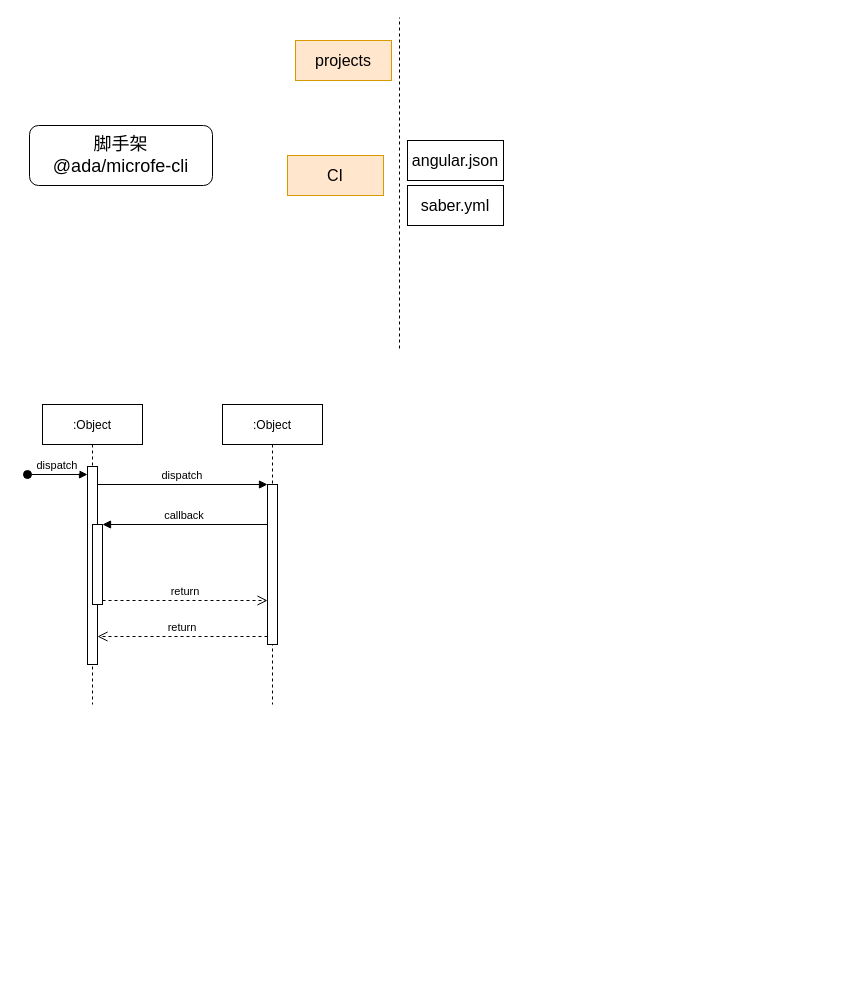
The draw.io diagram packages/Untitled Diagram.drawio in Tony-Liuduan/micro-demo, before the edit. Source tidied: cells renumbered, new cells numbered last; positions are measured from the earlier drawing's top-left corner, leaving out a move shared by most shapes. Both pictures are drawn from the tidied source at 100%, with x=0, y=0 at pixel (27, 17).
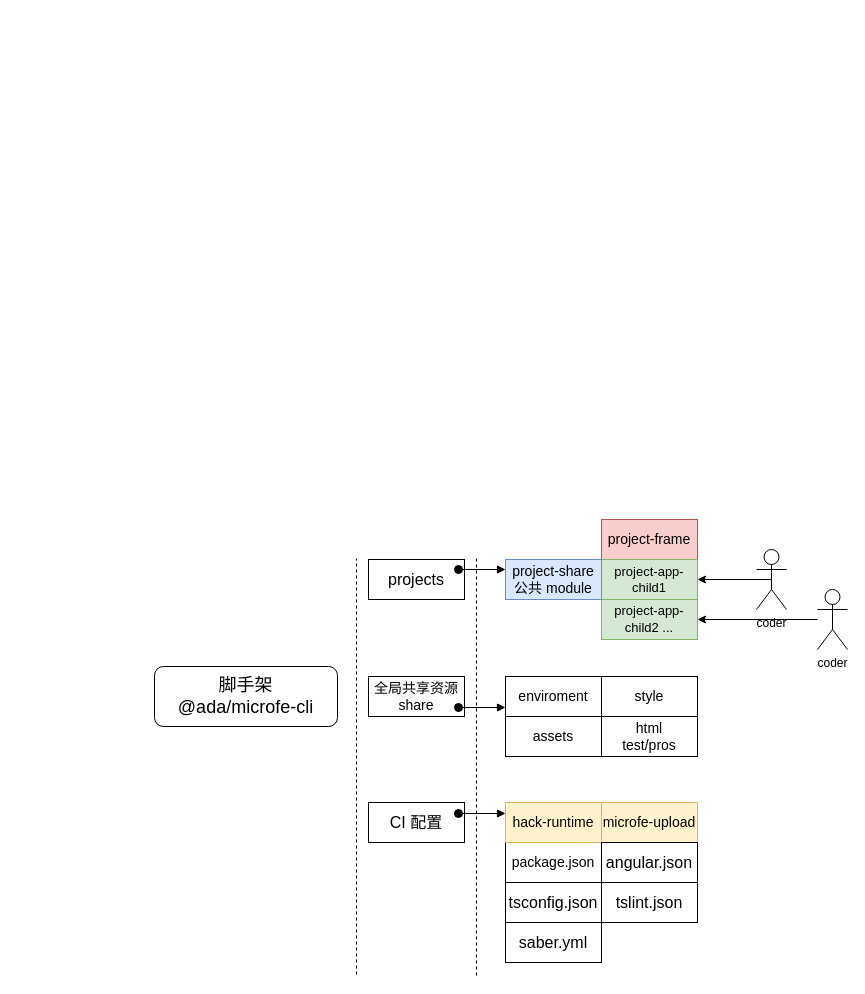
Above is the later version.

Change to the diagram source:
```diff
@@
-    <mxCell id="2" value=":Object" style="shape=umlLifeline;perimeter=lifelinePerimeter;rounded=0;shadow=0;strokeWidth=1;" parent="1" vertex="1">
-      <mxGeometry x="15" y="387" width="100" height="300" as="geometry" />
-    </mxCell>
-    <mxCell id="3" style="points=[];perimeter=orthogonalPerimeter;rounded=0;shadow=0;strokeWidth=1;" parent="2" vertex="1">
-      <mxGeometry x="45" y="62" width="10" height="198" as="geometry" />
-    </mxCell>
-    <mxCell id="4" value="dispatch" style="verticalAlign=bottom;startArrow=oval;endArrow=block;startSize=8;shadow=0;strokeWidth=1;" parent="2" edge="1" target="3">
-      <mxGeometry relative="1" as="geometry">
-        <mxPoint x="-15" y="70" as="sourcePoint" />
-      </mxGeometry>
-    </mxCell>
-    <mxCell id="5" style="points=[];perimeter=orthogonalPerimeter;rounded=0;shadow=0;strokeWidth=1;" parent="2" vertex="1">
-      <mxGeometry x="50" y="120" width="10" height="80" as="geometry" />
-    </mxCell>
-    <mxCell id="6" value=":Object" style="shape=umlLifeline;perimeter=lifelinePerimeter;rounded=0;shadow=0;strokeWidth=1;" parent="1" vertex="1">
-      <mxGeometry x="195" y="387" width="100" height="300" as="geometry" />
-    </mxCell>
-    <mxCell id="7" style="points=[];perimeter=orthogonalPerimeter;rounded=0;shadow=0;strokeWidth=1;" parent="6" vertex="1">
-      <mxGeometry x="45" y="80" width="10" height="160" as="geometry" />
-    </mxCell>
-    <mxCell id="8" value="return" style="verticalAlign=bottom;endArrow=open;dashed=1;endSize=8;exitX=0;exitY=0.95;shadow=0;strokeWidth=1;" parent="1" edge="1" source="7" target="3">
-      <mxGeometry relative="1" as="geometry" />
-    </mxCell>
-    <mxCell id="9" value="dispatch" style="verticalAlign=bottom;endArrow=block;entryX=0;entryY=0;shadow=0;strokeWidth=1;" parent="1" edge="1" source="3" target="7">
-      <mxGeometry relative="1" as="geometry" />
-    </mxCell>
-    <mxCell id="10" value="callback" style="verticalAlign=bottom;endArrow=block;entryX=1;entryY=0;shadow=0;strokeWidth=1;" parent="1" edge="1" source="7" target="5">
-      <mxGeometry relative="1" as="geometry" />
-    </mxCell>
-    <mxCell id="11" value="return" style="verticalAlign=bottom;endArrow=open;dashed=1;endSize=8;exitX=1;exitY=0.95;shadow=0;strokeWidth=1;" parent="1" edge="1" source="5" target="7">
-      <mxGeometry relative="1" as="geometry" />
-    </mxCell>
     <mxCell id="12" value="&lt;font style=&quot;font-size: 18px&quot;&gt;脚手架&lt;br&gt;@ada/microfe-cli&lt;br&gt;&lt;/font&gt;" style="rounded=1;whiteSpace=wrap;html=1;" parent="1" vertex="1">
-      <mxGeometry x="2" y="108" width="183" height="60" as="geometry" />
+      <mxGeometry x="127" y="649" width="183" height="60" as="geometry" />
     </mxCell>
     <mxCell id="13" style="endArrow=none;dashed=1;html=1;" parent="1" edge="1">
       <mxGeometry relative="1" as="geometry">
-        <mxPoint x="372" y="331" as="sourcePoint" />
-        <mxPoint x="372" as="targetPoint" />
+        <mxPoint x="449" y="958" as="sourcePoint" />
+        <mxPoint x="449" y="540" as="targetPoint" />
       </mxGeometry>
     </mxCell>
-    <mxCell id="14" value="&lt;font style=&quot;font-size: 16px&quot;&gt;projects&lt;/font&gt;" style="rounded=0;whiteSpace=wrap;html=1;fillColor=#ffe6cc;strokeColor=#d79b00;" parent="1" vertex="1">
-      <mxGeometry x="268" y="23" width="96" height="40" as="geometry" />
+    <mxCell id="14" value="&lt;font style=&quot;font-size: 16px&quot;&gt;projects&lt;/font&gt;" style="rounded=0;whiteSpace=wrap;html=1;" parent="1" vertex="1">
+      <mxGeometry x="341" y="542" width="96" height="40" as="geometry" />
     </mxCell>
-    <mxCell id="15" value="&lt;font style=&quot;font-size: 16px&quot;&gt;angular.json&lt;/font&gt;" style="rounded=0;whiteSpace=wrap;html=1;" parent="1" vertex="1">
-      <mxGeometry x="380" y="123" width="96" height="40" as="geometry" />
+    <mxCell id="15" value="&lt;font style=&quot;font-size: 14px&quot;&gt;package.json&lt;/font&gt;" style="rounded=0;whiteSpace=wrap;html=1;" parent="1" vertex="1">
+      <mxGeometry x="478" y="825" width="96" height="40" as="geometry" />
     </mxCell>
     <mxCell id="16" value="&lt;span style=&quot;font-size: 16px&quot;&gt;saber.yml&lt;/span&gt;" style="rounded=0;whiteSpace=wrap;html=1;" parent="1" vertex="1">
-      <mxGeometry x="380" y="168" width="96" height="40" as="geometry" />
+      <mxGeometry x="478" y="905" width="96" height="40" as="geometry" />
     </mxCell>
-    <mxCell id="17" value="&lt;span style=&quot;font-size: 16px&quot;&gt;CI&lt;/span&gt;" style="rounded=0;whiteSpace=wrap;html=1;fillColor=#ffe6cc;strokeColor=#d79b00;" parent="1" vertex="1">
-      <mxGeometry x="260" y="138" width="96" height="40" as="geometry" />
+    <mxCell id="17" value="&lt;span style=&quot;font-size: 16px&quot;&gt;CI 配置&lt;/span&gt;" style="rounded=0;whiteSpace=wrap;html=1;" parent="1" vertex="1">
+      <mxGeometry x="341" y="785" width="96" height="40" as="geometry" />
     </mxCell>
+    <mxCell id="18" value="&lt;span style=&quot;font-size: 16px&quot;&gt;tsconfig.json&lt;/span&gt;" style="rounded=0;whiteSpace=wrap;html=1;" parent="1" vertex="1">
+      <mxGeometry x="478" y="865" width="96" height="40" as="geometry" />
+    </mxCell>
+    <mxCell id="19" value="&lt;font style=&quot;font-size: 14px&quot;&gt;microfe-upload&lt;/font&gt;" style="rounded=0;whiteSpace=wrap;html=1;fillColor=#fff2cc;strokeColor=#d6b656;" parent="1" vertex="1">
+      <mxGeometry x="574" y="785" width="96" height="40" as="geometry" />
+    </mxCell>
+    <mxCell id="20" value="&lt;span style=&quot;font-size: 14px&quot;&gt;hack-runtime&lt;/span&gt;" style="rounded=0;whiteSpace=wrap;html=1;fillColor=#fff2cc;strokeColor=#d6b656;" parent="1" vertex="1">
+      <mxGeometry x="478" y="785" width="96" height="40" as="geometry" />
+    </mxCell>
+    <mxCell id="21" value="&lt;span style=&quot;font-size: 16px&quot;&gt;tslint.json&lt;/span&gt;" style="rounded=0;whiteSpace=wrap;html=1;" parent="1" vertex="1">
+      <mxGeometry x="574" y="865" width="96" height="40" as="geometry" />
+    </mxCell>
+    <mxCell id="22" value="&lt;font style=&quot;font-size: 16px&quot;&gt;angular.json&lt;/font&gt;" style="rounded=0;whiteSpace=wrap;html=1;" parent="1" vertex="1">
+      <mxGeometry x="574" y="825" width="96" height="40" as="geometry" />
+    </mxCell>
+    <mxCell id="23" value="&lt;font style=&quot;font-size: 14px&quot;&gt;全局共享资源&lt;br&gt;share&lt;br&gt;&lt;/font&gt;" style="rounded=0;whiteSpace=wrap;html=1;" parent="1" vertex="1">
+      <mxGeometry x="341" y="659" width="96" height="40" as="geometry" />
+    </mxCell>
+    <mxCell id="24" value="&lt;span style=&quot;font-size: 14px&quot;&gt;enviroment&lt;/span&gt;" style="rounded=0;whiteSpace=wrap;html=1;" parent="1" vertex="1">
+      <mxGeometry x="478" y="659" width="96" height="40" as="geometry" />
+    </mxCell>
+    <mxCell id="25" value="&lt;span style=&quot;font-size: 14px&quot;&gt;html&lt;br&gt;test/pros&lt;br&gt;&lt;/span&gt;" style="rounded=0;whiteSpace=wrap;html=1;" parent="1" vertex="1">
+      <mxGeometry x="574" y="699" width="96" height="40" as="geometry" />
+    </mxCell>
+    <mxCell id="26" value="&lt;span style=&quot;font-size: 14px&quot;&gt;style&lt;br&gt;&lt;/span&gt;" style="rounded=0;whiteSpace=wrap;html=1;" parent="1" vertex="1">
+      <mxGeometry x="574" y="659" width="96" height="40" as="geometry" />
+    </mxCell>
+    <mxCell id="27" value="&lt;span style=&quot;font-size: 14px&quot;&gt;assets&lt;br&gt;&lt;/span&gt;" style="rounded=0;whiteSpace=wrap;html=1;" parent="1" vertex="1">
+      <mxGeometry x="478" y="699" width="96" height="40" as="geometry" />
+    </mxCell>
+    <mxCell id="28" value="&lt;span style=&quot;font-size: 14px&quot;&gt;project-frame&lt;/span&gt;" style="rounded=0;whiteSpace=wrap;html=1;fillColor=#f8cecc;strokeColor=#b85450;" parent="1" vertex="1">
+      <mxGeometry x="574" y="502" width="96" height="40" as="geometry" />
+    </mxCell>
+    <mxCell id="29" value="&lt;font style=&quot;font-size: 13px&quot;&gt;project-app-child1&lt;/font&gt;" style="rounded=0;whiteSpace=wrap;html=1;fillColor=#d5e8d4;strokeColor=#82b366;" parent="1" vertex="1">
+      <mxGeometry x="574" y="542" width="96" height="40" as="geometry" />
+    </mxCell>
+    <mxCell id="30" value="&lt;span style=&quot;font-size: 13px&quot;&gt;project-app-child2 ...&lt;/span&gt;&lt;span style=&quot;font-size: 14px&quot;&gt;&lt;br&gt;&lt;/span&gt;" style="rounded=0;whiteSpace=wrap;html=1;fillColor=#d5e8d4;strokeColor=#82b366;" parent="1" vertex="1">
+      <mxGeometry x="574" y="582" width="96" height="40" as="geometry" />
+    </mxCell>
+    <mxCell id="31" value="&lt;span style=&quot;font-size: 14px&quot;&gt;project-share&lt;br&gt;公共 module&lt;br&gt;&lt;/span&gt;" style="rounded=0;whiteSpace=wrap;html=1;fillColor=#dae8fc;strokeColor=#6c8ebf;" parent="1" vertex="1">
+      <mxGeometry x="478" y="542" width="96" height="40" as="geometry" />
+    </mxCell>
+    <mxCell id="32" style="endArrow=none;dashed=1;html=1;" parent="1" edge="1">
+      <mxGeometry relative="1" as="geometry">
+        <mxPoint x="329" y="957" as="sourcePoint" />
+        <mxPoint x="329" y="541" as="targetPoint" />
+      </mxGeometry>
+    </mxCell>
+    <mxCell id="33" style="verticalAlign=bottom;startArrow=oval;endArrow=block;startSize=8;shadow=0;strokeWidth=1;" parent="1" edge="1">
+      <mxGeometry relative="1" as="geometry">
+        <mxPoint x="431" y="552" as="sourcePoint" />
+        <mxPoint x="478" y="552" as="targetPoint" />
+      </mxGeometry>
+    </mxCell>
+    <mxCell id="34" style="verticalAlign=bottom;startArrow=oval;endArrow=block;startSize=8;shadow=0;strokeWidth=1;" parent="1" edge="1">
+      <mxGeometry relative="1" as="geometry">
+        <mxPoint x="431" y="690" as="sourcePoint" />
+        <mxPoint x="478" y="690" as="targetPoint" />
+      </mxGeometry>
+    </mxCell>
+    <mxCell id="35" style="verticalAlign=bottom;startArrow=oval;endArrow=block;startSize=8;shadow=0;strokeWidth=1;" parent="1" edge="1">
+      <mxGeometry relative="1" as="geometry">
+        <mxPoint x="431" y="796" as="sourcePoint" />
+        <mxPoint x="478" y="796" as="targetPoint" />
+      </mxGeometry>
+    </mxCell>
+    <mxCell id="36" style="edgeStyle=orthogonalEdgeStyle;rounded=0;jettySize=auto;html=1;exitX=0.5;exitY=0.5;exitDx=0;exitDy=0;exitPerimeter=0;entryX=1;entryY=0.5;entryDx=0;entryDy=0;" parent="1" edge="1" source="37" target="29">
+      <mxGeometry relative="1" as="geometry" />
+    </mxCell>
+    <mxCell id="37" value="coder" style="shape=umlActor;verticalLabelPosition=bottom;verticalAlign=top;html=1;outlineConnect=0;" parent="1" vertex="1">
+      <mxGeometry x="729" y="532" width="30" height="60" as="geometry" />
+    </mxCell>
+    <mxCell id="38" style="edgeStyle=orthogonalEdgeStyle;rounded=0;jettySize=auto;html=1;entryX=1;entryY=0.5;entryDx=0;entryDy=0;" parent="1" edge="1" source="39" target="30">
+      <mxGeometry relative="1" as="geometry" />
+    </mxCell>
+    <mxCell id="39" value="coder" style="shape=umlActor;verticalLabelPosition=bottom;verticalAlign=top;html=1;outlineConnect=0;" parent="1" vertex="1">
+      <mxGeometry x="790" y="572" width="30" height="60" as="geometry" />
+    </mxCell>
```
